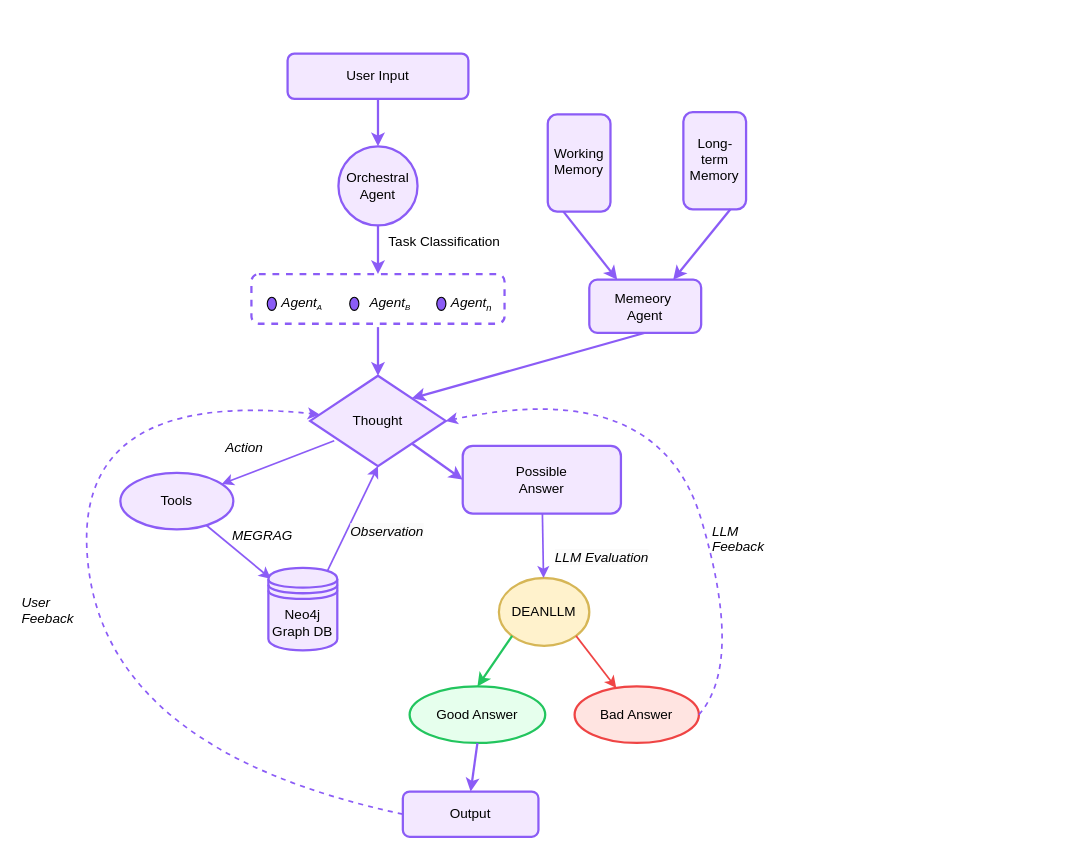
SALT-Lab-Human-AI/project-check-point-1-NOODEIA keeps this draw.io diagram as docs/architecture/architecture.drawio. Above is the earlier version. Source tidied: cells renumbered, new cells numbered last; positions are measured from the earlier drawing's top-left corner, leaving out a move shared by most shapes. Both pictures are drawn from the tidied source at 113%, with x=0, y=0 at pixel (19, 53).
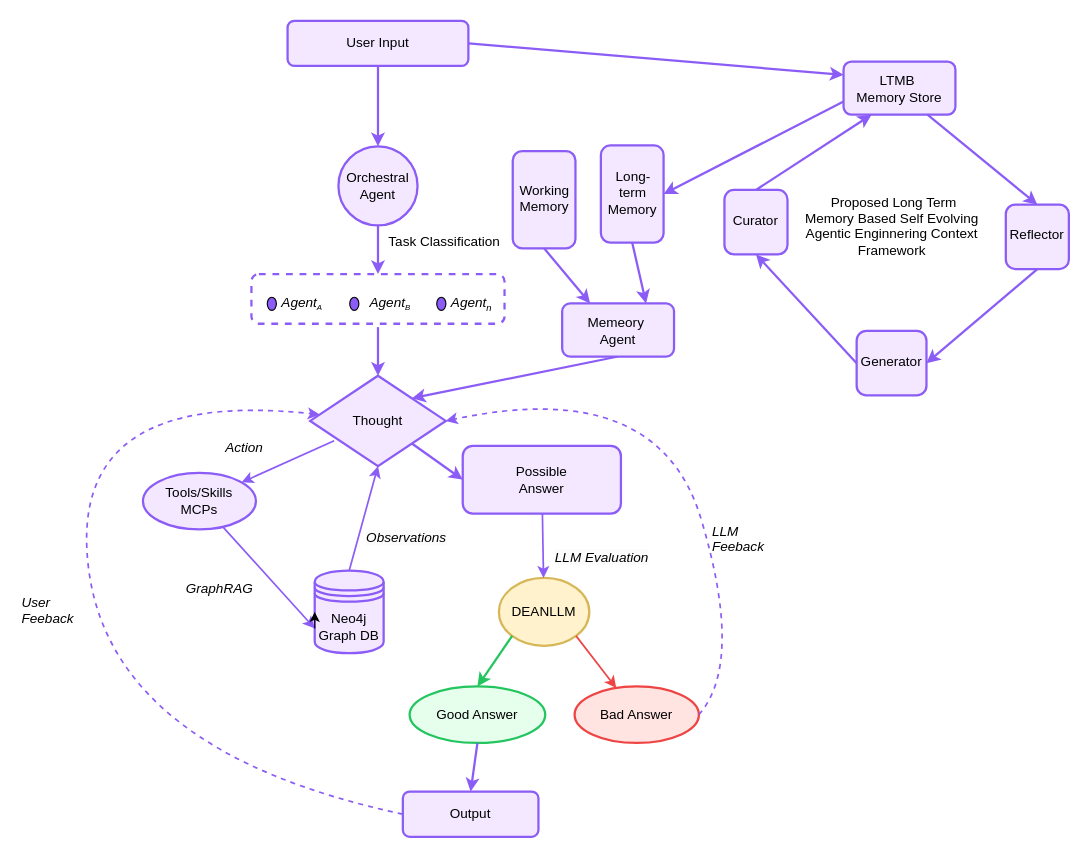
The same page after the edit.

The change refers to these unchanged cells:
```xml
<mxCell id="12" value="Thought" style="rhombus;whiteSpace=wrap;html=1;strokeWidth=2;fillColor=#F3E8FF;strokeColor=#8B5CF6;fontColor=#000000;" parent="1" vertex="1">
  <mxGeometry x="257" y="285" width="120" height="80" as="geometry" />
</mxCell>
```

Change to the diagram source:
```diff
@@
     <mxCell id="2" value="User Input" style="rounded=1;whiteSpace=wrap;html=1;strokeWidth=2;fillColor=#F3E8FF;strokeColor=#8B5CF6;fontColor=#000000;" parent="1" vertex="1">
-      <mxGeometry x="237" width="160" height="40" as="geometry" />
+      <mxGeometry x="237" y="-29.1" width="160" height="40" as="geometry" />
     </mxCell>
@@
-    <mxCell id="14" value="Tools" style="ellipse;whiteSpace=wrap;html=1;strokeWidth=2;fillColor=#F3E8FF;strokeColor=#8B5CF6;fontColor=#000000;" parent="1" vertex="1">
-      <mxGeometry x="89" y="371" width="100" height="50" as="geometry" />
+    <mxCell id="14" value="Tools/Skills&lt;div&gt;MCPs&lt;/div&gt;" style="ellipse;whiteSpace=wrap;html=1;strokeWidth=2;fillColor=#F3E8FF;strokeColor=#8B5CF6;fontColor=#000000;" parent="1" vertex="1">
+      <mxGeometry x="109" y="371" width="100" height="50" as="geometry" />
     </mxCell>
@@
-    <mxCell id="24" style="endArrow=classic;strokeWidth=1.5;strokeColor=#8B5CF6;fontColor=#000000;" parent="1" edge="1" source="14">
-      <mxGeometry relative="1" as="geometry">
-        <mxPoint x="222.2" y="464.7" as="targetPoint" />
-      </mxGeometry>
+    <mxCell id="24" style="endArrow=classic;strokeWidth=1.5;strokeColor=#8B5CF6;fontColor=#000000;entryX=0;entryY=0.7;entryDx=0;entryDy=0;" parent="1" edge="1" source="14" target="40">
+      <mxGeometry relative="1" as="geometry" />
     </mxCell>
@@
-    <mxCell id="28" value="MEGRAG" style="text;html=1;strokeColor=none;fillColor=none;align=center;verticalAlign=middle;whiteSpace=wrap;rounded=0;fontColor=#000000;fontStyle=2;" parent="1" vertex="1">
-      <mxGeometry x="198" y="417" width="34" height="20" as="geometry" />
+    <mxCell id="28" value="GraphRAG" style="text;html=1;strokeColor=none;fillColor=none;align=center;verticalAlign=middle;whiteSpace=wrap;rounded=0;fontColor=#000000;fontStyle=2;" parent="1" vertex="1">
+      <mxGeometry x="160" y="464" width="34" height="20" as="geometry" />
     </mxCell>
-    <mxCell id="29" style="endArrow=classic;strokeWidth=1.5;strokeColor=#8B5CF6;entryX=0.5;entryY=1;entryDx=0;entryDy=0;exitX=0.85;exitY=0.05;exitDx=0;exitDy=0;fontColor=#000000;exitPerimeter=0;" parent="1" edge="1" source="40" target="12">
+    <mxCell id="29" style="endArrow=classic;strokeWidth=1.5;strokeColor=#8B5CF6;entryX=0.5;entryY=1;entryDx=0;entryDy=0;exitX=0.5;exitY=0;exitDx=0;exitDy=0;fontColor=#000000;" parent="1" edge="1" source="40" target="12">
       <mxGeometry relative="1" as="geometry" />
     </mxCell>
-    <mxCell id="30" value="&lt;span style=&quot;font-family: Helvetica; font-size: 12px; font-variant-ligatures: normal; font-variant-caps: normal; letter-spacing: normal; orphans: 2; text-align: center; text-indent: 0px; text-transform: none; widows: 2; word-spacing: 0px; -webkit-text-stroke-width: 0px; white-space: normal; background-color: rgb(251, 251, 251); text-decoration-thickness: initial; text-decoration-style: initial; text-decoration-color: initial; float: none; display: inline !important;&quot;&gt;Observation&lt;/span&gt;&lt;div&gt;&lt;span style=&quot;font-family: Helvetica; font-size: 12px; font-variant-ligatures: normal; font-variant-caps: normal; font-weight: 400; letter-spacing: normal; orphans: 2; text-align: center; text-indent: 0px; text-transform: none; widows: 2; word-spacing: 0px; -webkit-text-stroke-width: 0px; white-space: normal; background-color: rgb(251, 251, 251); text-decoration-thickness: initial; text-decoration-style: initial; text-decoration-color: initial; float: none; display: inline !important;&quot;&gt;&lt;br&gt;&lt;/span&gt;&lt;/div&gt;" style="text;whiteSpace=wrap;html=1;fontColor=#000000;fontStyle=2;" parent="1" vertex="1">
-      <mxGeometry x="291" y="409" width="70" height="40" as="geometry" />
-    </mxCell>
@@
     <mxCell id="39" value="Memeory&amp;nbsp;&lt;div&gt;Agent&lt;/div&gt;" style="rounded=1;whiteSpace=wrap;html=1;strokeWidth=2;fillColor=#F3E8FF;strokeColor=#8B5CF6;fontColor=#000000;" parent="1" vertex="1">
-      <mxGeometry x="504" y="200" width="99" height="47" as="geometry" />
+      <mxGeometry x="480" y="221" width="99" height="47" as="geometry" />
     </mxCell>
     <mxCell id="40" value="&lt;span style=&quot;color: rgb(0, 0, 0);&quot;&gt;Neo4j Graph&amp;nbsp;&lt;/span&gt;&lt;span style=&quot;background-color: transparent;&quot;&gt;DB&lt;/span&gt;" style="shape=datastore;whiteSpace=wrap;html=1;fillColor=light-dark(#f3e8ff, #ededed);strokeColor=light-dark(#8b5cf6, #ededed);strokeWidth=2;" parent="1" vertex="1">
-      <mxGeometry x="220" y="455" width="61" height="73" as="geometry" />
+      <mxGeometry x="261" y="457.5" width="61" height="73" as="geometry" />
     </mxCell>
     <mxCell id="41" value="&lt;span style=&quot;color: rgb(0, 0, 0);&quot;&gt;Working Memory&lt;/span&gt;" style="rounded=1;whiteSpace=wrap;html=1;strokeWidth=2;fillColor=#F3E8FF;strokeColor=#8B5CF6;fontColor=#000000;rotation=-90;horizontal=1;textDirection=vertical-rl;" parent="1" vertex="1">
-      <mxGeometry x="452" y="69" width="86" height="55.5" as="geometry" />
+      <mxGeometry x="421" y="101.5" width="86" height="55.5" as="geometry" />
     </mxCell>
     <mxCell id="42" value="&lt;span style=&quot;color: rgb(0, 0, 0);&quot;&gt;Long-&lt;/span&gt;&lt;div&gt;&lt;span style=&quot;color: rgb(0, 0, 0);&quot;&gt;term Memory&lt;/span&gt;&lt;/div&gt;" style="rounded=1;whiteSpace=wrap;html=1;strokeWidth=2;fillColor=#F3E8FF;strokeColor=#8B5CF6;fontColor=#000000;rotation=-90;horizontal=1;textDirection=vertical-rl;" parent="1" vertex="1">
-      <mxGeometry x="572" y="67" width="86" height="55.5" as="geometry" />
+      <mxGeometry x="499" y="96.5" width="86" height="55.5" as="geometry" />
     </mxCell>
-    <mxCell id="43" style="endArrow=classic;strokeWidth=2;strokeColor=#8B5CF6;fontColor=#000000;entryX=0.25;entryY=0;entryDx=0;entryDy=0;exitX=0;exitY=0.25;exitDx=0;exitDy=0;" parent="1" edge="1" source="41" target="39">
+    <mxCell id="43" style="endArrow=classic;strokeWidth=2;strokeColor=#8B5CF6;fontColor=#000000;entryX=0.25;entryY=0;entryDx=0;entryDy=0;exitX=0;exitY=0.5;exitDx=0;exitDy=0;" parent="1" edge="1" source="41" target="39">
       <mxGeometry relative="1" as="geometry" />
     </mxCell>
-    <mxCell id="44" style="endArrow=classic;strokeWidth=2;strokeColor=#8B5CF6;fontColor=#000000;entryX=0.75;entryY=0;entryDx=0;entryDy=0;exitX=0;exitY=0.75;exitDx=0;exitDy=0;" parent="1" edge="1" source="42" target="39">
+    <mxCell id="44" style="endArrow=classic;strokeWidth=2;strokeColor=#8B5CF6;fontColor=#000000;entryX=0.75;entryY=0;entryDx=0;entryDy=0;exitX=0;exitY=0.5;exitDx=0;exitDy=0;" parent="1" edge="1" source="42" target="39">
       <mxGeometry relative="1" as="geometry" />
     </mxCell>
+    <mxCell id="45" value="Reflector" style="rounded=1;whiteSpace=wrap;html=1;strokeWidth=2;fillColor=#F3E8FF;strokeColor=#8B5CF6;fontColor=#000000;rotation=-90;horizontal=1;textDirection=vertical-rl;" parent="1" vertex="1">
+      <mxGeometry x="872" y="134.2" width="57" height="55.8" as="geometry" />
+    </mxCell>
+    <mxCell id="46" value="&amp;nbsp;Proposed Long Term Memory Based&amp;nbsp;&lt;span style=&quot;color: rgb(0, 0, 0);&quot;&gt;Self Evolving Agentic Enginnering Context Framework&lt;/span&gt;&lt;div&gt;&lt;span style=&quot;color: rgb(0, 0, 0);&quot;&gt;&lt;br&gt;&lt;/span&gt;&lt;/div&gt;" style="text;html=1;strokeColor=none;fillColor=none;align=center;verticalAlign=middle;whiteSpace=wrap;rounded=0;fontColor=#000000;" parent="1" vertex="1">
+      <mxGeometry x="691.5" y="149.9" width="160" height="20" as="geometry" />
+    </mxCell>
+    <mxCell id="47" value="Generator" style="rounded=1;whiteSpace=wrap;html=1;strokeWidth=2;fillColor=#F3E8FF;strokeColor=#8B5CF6;fontColor=#000000;rotation=-90;horizontal=1;textDirection=vertical-rl;" parent="1" vertex="1">
+      <mxGeometry x="743" y="243" width="57" height="61.8" as="geometry" />
+    </mxCell>
+    <mxCell id="48" style="endArrow=classic;strokeWidth=2;strokeColor=#8B5CF6;fontColor=#000000;exitX=1;exitY=0.5;exitDx=0;exitDy=0;entryX=0;entryY=0.25;entryDx=0;entryDy=0;" parent="1" edge="1" source="2" target="52">
+      <mxGeometry relative="1" as="geometry" />
+    </mxCell>
+    <mxCell id="49" style="endArrow=classic;strokeWidth=2;strokeColor=#8B5CF6;fontColor=#000000;entryX=0.5;entryY=1;entryDx=0;entryDy=0;exitX=0;exitY=0.5;exitDx=0;exitDy=0;" parent="1" edge="1" source="45" target="47">
+      <mxGeometry relative="1" as="geometry" />
+    </mxCell>
+    <mxCell id="50" value="Curator" style="rounded=1;whiteSpace=wrap;html=1;strokeWidth=2;fillColor=#F3E8FF;strokeColor=#8B5CF6;fontColor=#000000;rotation=-90;horizontal=1;textDirection=vertical-rl;" parent="1" vertex="1">
+      <mxGeometry x="623" y="121.2" width="57" height="55.8" as="geometry" />
+    </mxCell>
+    <mxCell id="51" style="endArrow=classic;strokeWidth=2;strokeColor=#8B5CF6;fontColor=#000000;entryX=0;entryY=0.5;entryDx=0;entryDy=0;exitX=0.5;exitY=0;exitDx=0;exitDy=0;" parent="1" edge="1" source="47" target="50">
+      <mxGeometry relative="1" as="geometry" />
+    </mxCell>
+    <mxCell id="52" value="LTMB&amp;nbsp;&lt;div&gt;Memory Store&lt;/div&gt;" style="rounded=1;whiteSpace=wrap;html=1;strokeWidth=2;fillColor=#F3E8FF;strokeColor=#8B5CF6;fontColor=#000000;" parent="1" vertex="1">
+      <mxGeometry x="729" y="7" width="99" height="47" as="geometry" />
+    </mxCell>
+    <mxCell id="53" style="endArrow=classic;strokeWidth=2;strokeColor=#8B5CF6;fontColor=#000000;entryX=0.25;entryY=1;entryDx=0;entryDy=0;exitX=1;exitY=0.5;exitDx=0;exitDy=0;" parent="1" edge="1" source="50" target="52">
+      <mxGeometry relative="1" as="geometry" />
+    </mxCell>
+    <mxCell id="54" style="endArrow=classic;strokeWidth=2;strokeColor=#8B5CF6;fontColor=#000000;entryX=1;entryY=0.5;entryDx=0;entryDy=0;exitX=0.75;exitY=1;exitDx=0;exitDy=0;" parent="1" edge="1" source="52" target="45">
+      <mxGeometry relative="1" as="geometry" />
+    </mxCell>
+    <mxCell id="55" style="endArrow=classic;strokeWidth=2;strokeColor=#8B5CF6;fontColor=#000000;exitX=0;exitY=0.75;exitDx=0;exitDy=0;entryX=0.5;entryY=1;entryDx=0;entryDy=0;" parent="1" edge="1" source="52" target="42">
+      <mxGeometry relative="1" as="geometry" />
+    </mxCell>
+    <mxCell id="56" value="&lt;span style=&quot;color: rgb(0, 0, 0); font-family: Helvetica; font-size: 12px; font-style: italic; font-variant-ligatures: normal; font-variant-caps: normal; font-weight: 400; letter-spacing: normal; orphans: 2; text-align: center; text-indent: 0px; text-transform: none; widows: 2; word-spacing: 0px; -webkit-text-stroke-width: 0px; white-space: normal; background-color: rgb(251, 251, 251); text-decoration-thickness: initial; text-decoration-style: initial; text-decoration-color: initial; float: none; display: inline !important;&quot;&gt;Observations&lt;/span&gt;&lt;div&gt;&lt;span style=&quot;color: rgb(0, 0, 0); font-family: Helvetica; font-size: 12px; font-style: italic; font-variant-ligatures: normal; font-variant-caps: normal; font-weight: 400; letter-spacing: normal; orphans: 2; text-align: center; text-indent: 0px; text-transform: none; widows: 2; word-spacing: 0px; -webkit-text-stroke-width: 0px; white-space: normal; background-color: rgb(251, 251, 251); text-decoration-thickness: initial; text-decoration-style: initial; text-decoration-color: initial; float: none; display: inline !important;&quot;&gt;&lt;br&gt;&lt;/span&gt;&lt;/div&gt;" style="text;whiteSpace=wrap;html=1;" parent="1" vertex="1">
+      <mxGeometry x="305" y="415" width="87" height="36" as="geometry" />
+    </mxCell>
+    <mxCell id="57" style="edgeStyle=none;html=1;exitX=0;exitY=0.7;exitDx=0;exitDy=0;entryX=0;entryY=0.5;entryDx=0;entryDy=0;" parent="1" edge="1" source="40" target="40">
+      <mxGeometry relative="1" as="geometry" />
+    </mxCell>
```
